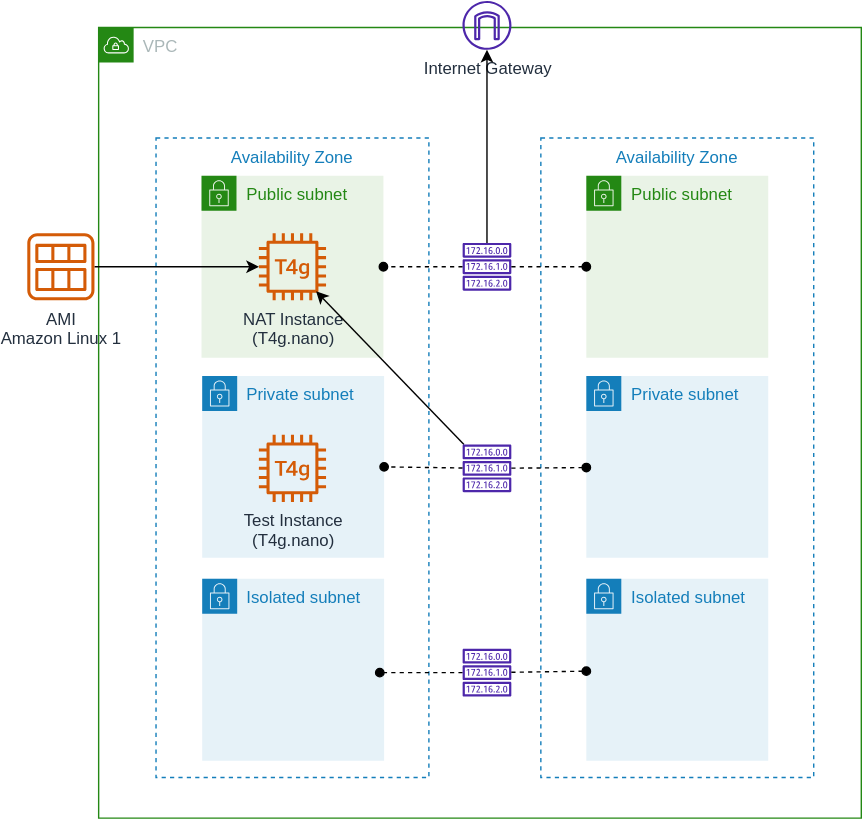
Earlier version of the draw.io export usecases/vpc-with-nat-ami-al1/overview.drawio.svg (ishiharatma/aws-cdk-cdp). Source tidied: cells renumbered, new cells last; positions are measured from the earlier drawing's top-left corner, leaving out a move shared by most shapes.
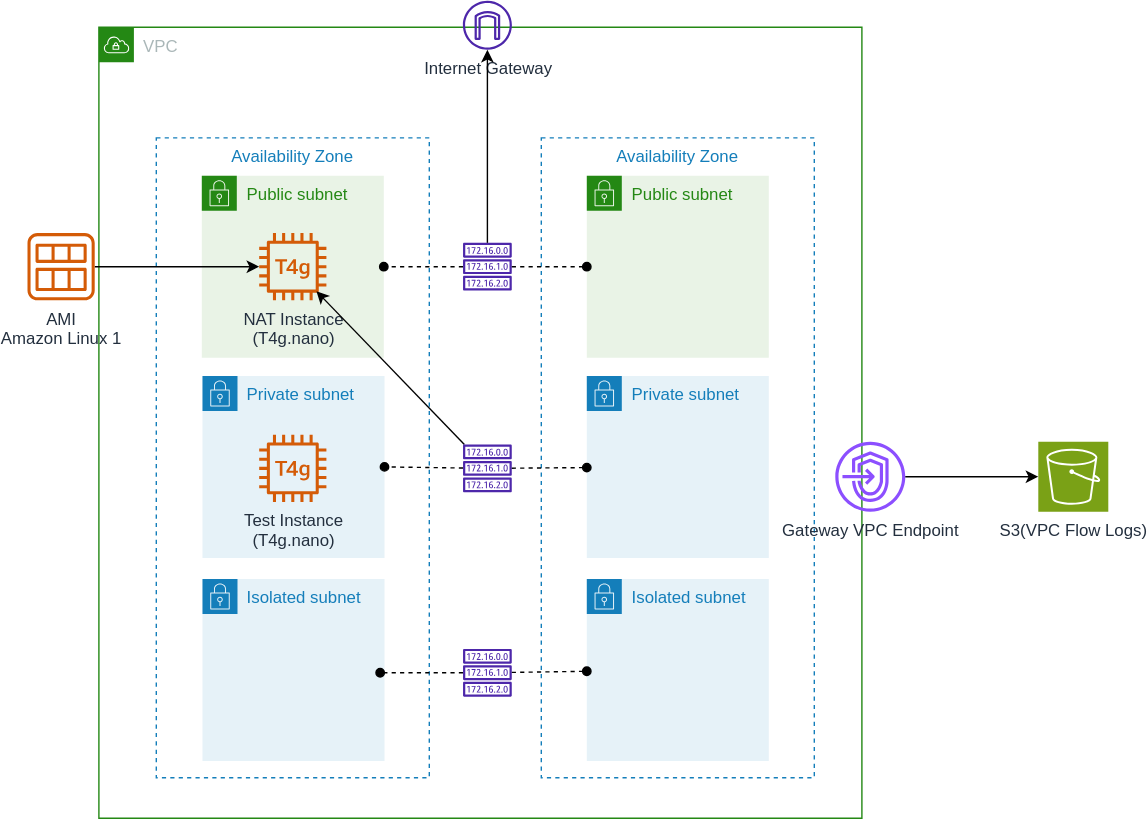
After the change.

What changed in the source:
```diff
@@ -79,5 +79,14 @@
     <mxCell id="26" value="AMI&lt;br&gt;Amazon Linux 1" style="sketch=0;outlineConnect=0;fontColor=#232F3E;gradientColor=none;fillColor=#D45B07;strokeColor=none;dashed=0;verticalLabelPosition=bottom;verticalAlign=top;align=center;html=1;fontSize=12;fontStyle=0;shape=mxgraph.aws4.ami;" parent="1" vertex="1">
       <mxGeometry y="166" width="48" height="48" as="geometry" />
     </mxCell>
+    <mxCell id="27" value="Gateway VPC Endpoint" style="sketch=0;outlineConnect=0;fontColor=#232F3E;gradientColor=none;fillColor=#8C4FFF;strokeColor=none;dashed=0;verticalLabelPosition=bottom;verticalAlign=top;align=center;html=1;fontSize=12;fontStyle=0;shape=mxgraph.aws4.endpoints;" parent="1" vertex="1">
+      <mxGeometry x="577" y="315" width="50" height="50" as="geometry" />
+    </mxCell>
+    <mxCell id="28" value="S3(VPC Flow Logs)" style="sketch=0;points=[[0,0,0],[0.25,0,0],[0.5,0,0],[0.75,0,0],[1,0,0],[0,1,0],[0.25,1,0],[0.5,1,0],[0.75,1,0],[1,1,0],[0,0.25,0],[0,0.5,0],[0,0.75,0],[1,0.25,0],[1,0.5,0],[1,0.75,0]];outlineConnect=0;fontColor=#232F3E;fillColor=#7AA116;strokeColor=#ffffff;dashed=0;verticalLabelPosition=bottom;verticalAlign=top;align=center;html=1;fontSize=12;fontStyle=0;shape=mxgraph.aws4.resourceIcon;resIcon=mxgraph.aws4.s3;" parent="1" vertex="1">
+      <mxGeometry x="722" y="315" width="50" height="50" as="geometry" />
+    </mxCell>
+    <mxCell id="29" style="edgeStyle=none;html=1;entryX=0;entryY=0.5;entryDx=0;entryDy=0;entryPerimeter=0;" parent="1" edge="1" source="27" target="28">
+      <mxGeometry relative="1" as="geometry" />
+    </mxCell>
   </root>
 </mxGraphModel>
```
